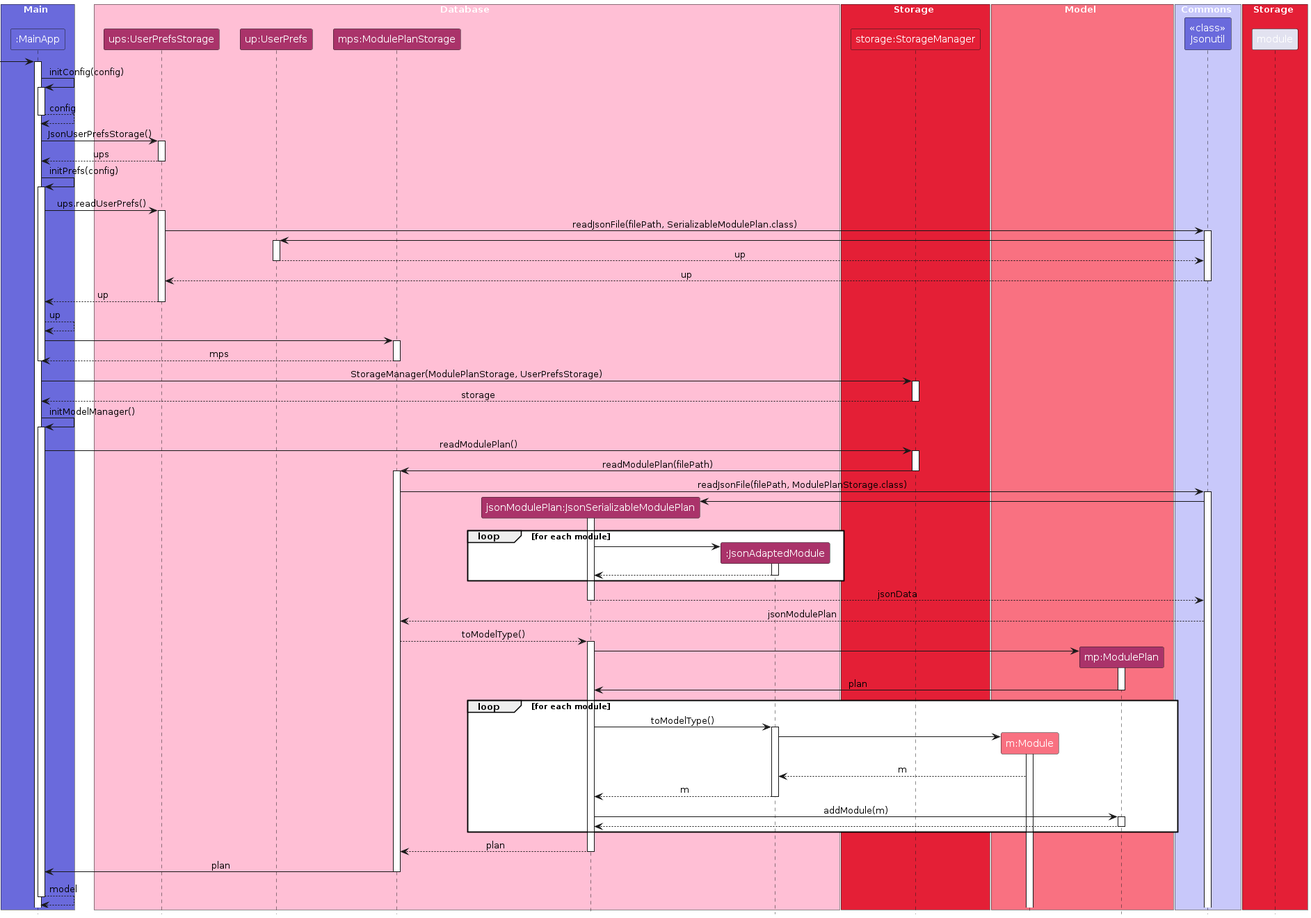
This is diagrams/StorageInitSequenceDiagram.png from ji-just-ji/tp, a PlantUML export, as it was before one commit. Its source is kept beside it as diagrams/StorageInitSequenceDiagram.puml. Its diagram source:
```plantuml
@startuml
!include style.puml
skinparam ArrowFontStyle plain

box Main LOGIC_COLOR_T2
participant ":MainApp" as MainApp LOGIC_COLOR_T2

box Database DATABASE_COLOR_T1
participant "ups:UserPrefsStorage" as UserPrefsStorage DATABASE_COLOR
participant "up:UserPrefs" as UserPrefs DATABASE_COLOR
participant "mps:ModulePlanStorage" as ModulePlanStorage DATABASE_COLOR
participant "mp:ModulePlan" as ModulePlan DATABASE_COLOR
participant "jsonModulePlan:JsonSerializableModulePlan" as SerializableModulePlan DATABASE_COLOR
participant ":JsonAdaptedModule" as JsonAdaptedModule DATABASE_COLOR
end box

box Storage MODEL_COLOR_T2
participant "storage:StorageManager" as StorageManager MODEL_COLOR_T2


box Model MODEL_COLOR_T1
participant "m:Module" as Module MODEL_COLOR_T1
participant "plan:ModulePlan" as ModulePlan MODEL_COLOR_T1
end box

box Commons LOGIC_COLOR_T1
participant "<<class>>\nJsonutil" as JsonUtil LOGIC_COLOR_T2
end box

[-> MainApp :
activate MainApp

MainApp -> MainApp : initConfig(config)
activate MainApp
MainApp --> MainApp : config
deactivate MainApp

MainApp -> UserPrefsStorage : JsonUserPrefsStorage()
activate UserPrefsStorage

UserPrefsStorage --> MainApp : ups
deactivate UserPrefsStorage

MainApp -> MainApp : initPrefs(config)
activate MainApp

MainApp -> UserPrefsStorage : ups.readUserPrefs()
activate UserPrefsStorage

UserPrefsStorage -> JsonUtil : readJsonFile(filePath, SerializableModulePlan.class)
activate JsonUtil

JsonUtil -> UserPrefs
activate UserPrefs

UserPrefs --> JsonUtil : up
deactivate UserPrefs

JsonUtil --> UserPrefsStorage : up
deactivate JsonUtil

UserPrefsStorage --> MainApp : up
deactivate UserPrefsStorage

MainApp --> MainApp : up

MainApp -> ModulePlanStorage
activate ModulePlanStorage

ModulePlanStorage --> MainApp : mps
deactivate ModulePlanStorage

deactivate MainApp

MainApp -> StorageManager : StorageManager(ModulePlanStorage, UserPrefsStorage)
activate StorageManager

StorageManager --> MainApp : storage
deactivate StorageManager


MainApp -> MainApp : initModelManager()
activate MainApp

MainApp -> StorageManager : readModulePlan()
activate StorageManager

StorageManager -> ModulePlanStorage : readModulePlan(filePath)
deactivate StorageManager
activate ModulePlanStorage

ModulePlanStorage -> JsonUtil : readJsonFile(filePath, ModulePlanStorage.class)
activate JsonUtil

create SerializableModulePlan
JsonUtil -> SerializableModulePlan
activate SerializableModulePlan

loop for each module
create JsonAdaptedModule
SerializableModulePlan -> JsonAdaptedModule
activate JsonAdaptedModule

JsonAdaptedModule --> SerializableModulePlan
deactivate JsonAdaptedModule

end

SerializableModulePlan --> JsonUtil : jsonData
deactivate SerializableModulePlan

JsonUtil --> ModulePlanStorage : jsonModulePlan

ModulePlanStorage -->  SerializableModulePlan : toModelType()
activate SerializableModulePlan

create ModulePlan
SerializableModulePlan -> ModulePlan
activate ModulePlan

ModulePlan -> SerializableModulePlan : plan
deactivate ModulePlan

loop for each module
SerializableModulePlan -> JsonAdaptedModule : toModelType()
activate JsonAdaptedModule

create Module
JsonAdaptedModule -> Module
activate Module

Module --> JsonAdaptedModule : m
deactivate module

JsonAdaptedModule --> SerializableModulePlan : m
deactivate JsonAdaptedModule

SerializableModulePlan -> ModulePlan : addModule(m)
activate ModulePlan

ModulePlan --> SerializableModulePlan
deactivate ModulePlan

end

SerializableModulePlan --> ModulePlanStorage : plan
deactivate SerializableModulePlan

ModulePlanStorage -> MainApp : plan
deactivate ModulePlanStorage

MainApp --> MainApp : model

deactivate MainApp

@enduml
```
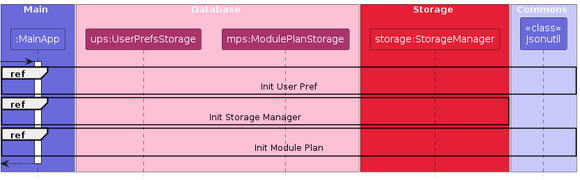
Above is the later version.

Change to the diagram source:
```diff
@@ -7,21 +7,13 @@
 
 box Database DATABASE_COLOR_T1
 participant "ups:UserPrefsStorage" as UserPrefsStorage DATABASE_COLOR
-participant "up:UserPrefs" as UserPrefs DATABASE_COLOR
 participant "mps:ModulePlanStorage" as ModulePlanStorage DATABASE_COLOR
-participant "mp:ModulePlan" as ModulePlan DATABASE_COLOR
-participant "jsonModulePlan:JsonSerializableModulePlan" as SerializableModulePlan DATABASE_COLOR
-participant ":JsonAdaptedModule" as JsonAdaptedModule DATABASE_COLOR
 end box
 
 box Storage MODEL_COLOR_T2
 participant "storage:StorageManager" as StorageManager MODEL_COLOR_T2
 
 
-box Model MODEL_COLOR_T1
-participant "m:Module" as Module MODEL_COLOR_T1
-participant "plan:ModulePlan" as ModulePlan MODEL_COLOR_T1
-end box
 
 box Commons LOGIC_COLOR_T1
 participant "<<class>>\nJsonutil" as JsonUtil LOGIC_COLOR_T2
@@ -30,127 +22,14 @@
 [-> MainApp :
 activate MainApp
 
-MainApp -> MainApp : initConfig(config)
-activate MainApp
-MainApp --> MainApp : config
-deactivate MainApp
+ref over MainApp, UserPrefsStorage, JsonUtil : Init User Pref
 
-MainApp -> UserPrefsStorage : JsonUserPrefsStorage()
-activate UserPrefsStorage
+ref over MainApp, ModulePlanStorage, StorageManager: Init Storage Manager
 
-UserPrefsStorage --> MainApp : ups
-deactivate UserPrefsStorage
-
-MainApp -> MainApp : initPrefs(config)
-activate MainApp
-
-MainApp -> UserPrefsStorage : ups.readUserPrefs()
-activate UserPrefsStorage
-
-UserPrefsStorage -> JsonUtil : readJsonFile(filePath, SerializableModulePlan.class)
-activate JsonUtil
-
-JsonUtil -> UserPrefs
-activate UserPrefs
-
-UserPrefs --> JsonUtil : up
-deactivate UserPrefs
-
-JsonUtil --> UserPrefsStorage : up
-deactivate JsonUtil
-
-UserPrefsStorage --> MainApp : up
-deactivate UserPrefsStorage
-
-MainApp --> MainApp : up
-
-MainApp -> ModulePlanStorage
-activate ModulePlanStorage
-
-ModulePlanStorage --> MainApp : mps
-deactivate ModulePlanStorage
-
-deactivate MainApp
-
-MainApp -> StorageManager : StorageManager(ModulePlanStorage, UserPrefsStorage)
-activate StorageManager
-
-StorageManager --> MainApp : storage
-deactivate StorageManager
+ref over MainApp, ModulePlanStorage, JsonUtil : Init Module Plan
 
 
-MainApp -> MainApp : initModelManager()
-activate MainApp
-
-MainApp -> StorageManager : readModulePlan()
-activate StorageManager
-
-StorageManager -> ModulePlanStorage : readModulePlan(filePath)
-deactivate StorageManager
-activate ModulePlanStorage
-
-ModulePlanStorage -> JsonUtil : readJsonFile(filePath, ModulePlanStorage.class)
-activate JsonUtil
-
-create SerializableModulePlan
-JsonUtil -> SerializableModulePlan
-activate SerializableModulePlan
-
-loop for each module
-create JsonAdaptedModule
-SerializableModulePlan -> JsonAdaptedModule
-activate JsonAdaptedModule
-
-JsonAdaptedModule --> SerializableModulePlan
-deactivate JsonAdaptedModule
-
-end
-
-SerializableModulePlan --> JsonUtil : jsonData
-deactivate SerializableModulePlan
-
-JsonUtil --> ModulePlanStorage : jsonModulePlan
-
-ModulePlanStorage -->  SerializableModulePlan : toModelType()
-activate SerializableModulePlan
-
-create ModulePlan
-SerializableModulePlan -> ModulePlan
-activate ModulePlan
-
-ModulePlan -> SerializableModulePlan : plan
-deactivate ModulePlan
-
-loop for each module
-SerializableModulePlan -> JsonAdaptedModule : toModelType()
-activate JsonAdaptedModule
-
-create Module
-JsonAdaptedModule -> Module
-activate Module
-
-Module --> JsonAdaptedModule : m
-deactivate module
-
-JsonAdaptedModule --> SerializableModulePlan : m
-deactivate JsonAdaptedModule
-
-SerializableModulePlan -> ModulePlan : addModule(m)
-activate ModulePlan
-
-ModulePlan --> SerializableModulePlan
-deactivate ModulePlan
-
-end
-
-SerializableModulePlan --> ModulePlanStorage : plan
-deactivate SerializableModulePlan
-
-ModulePlanStorage -> MainApp : plan
-deactivate ModulePlanStorage
-
-MainApp --> MainApp : model
-
+[<-- MainApp :
 deactivate MainApp
 
 @enduml
```
